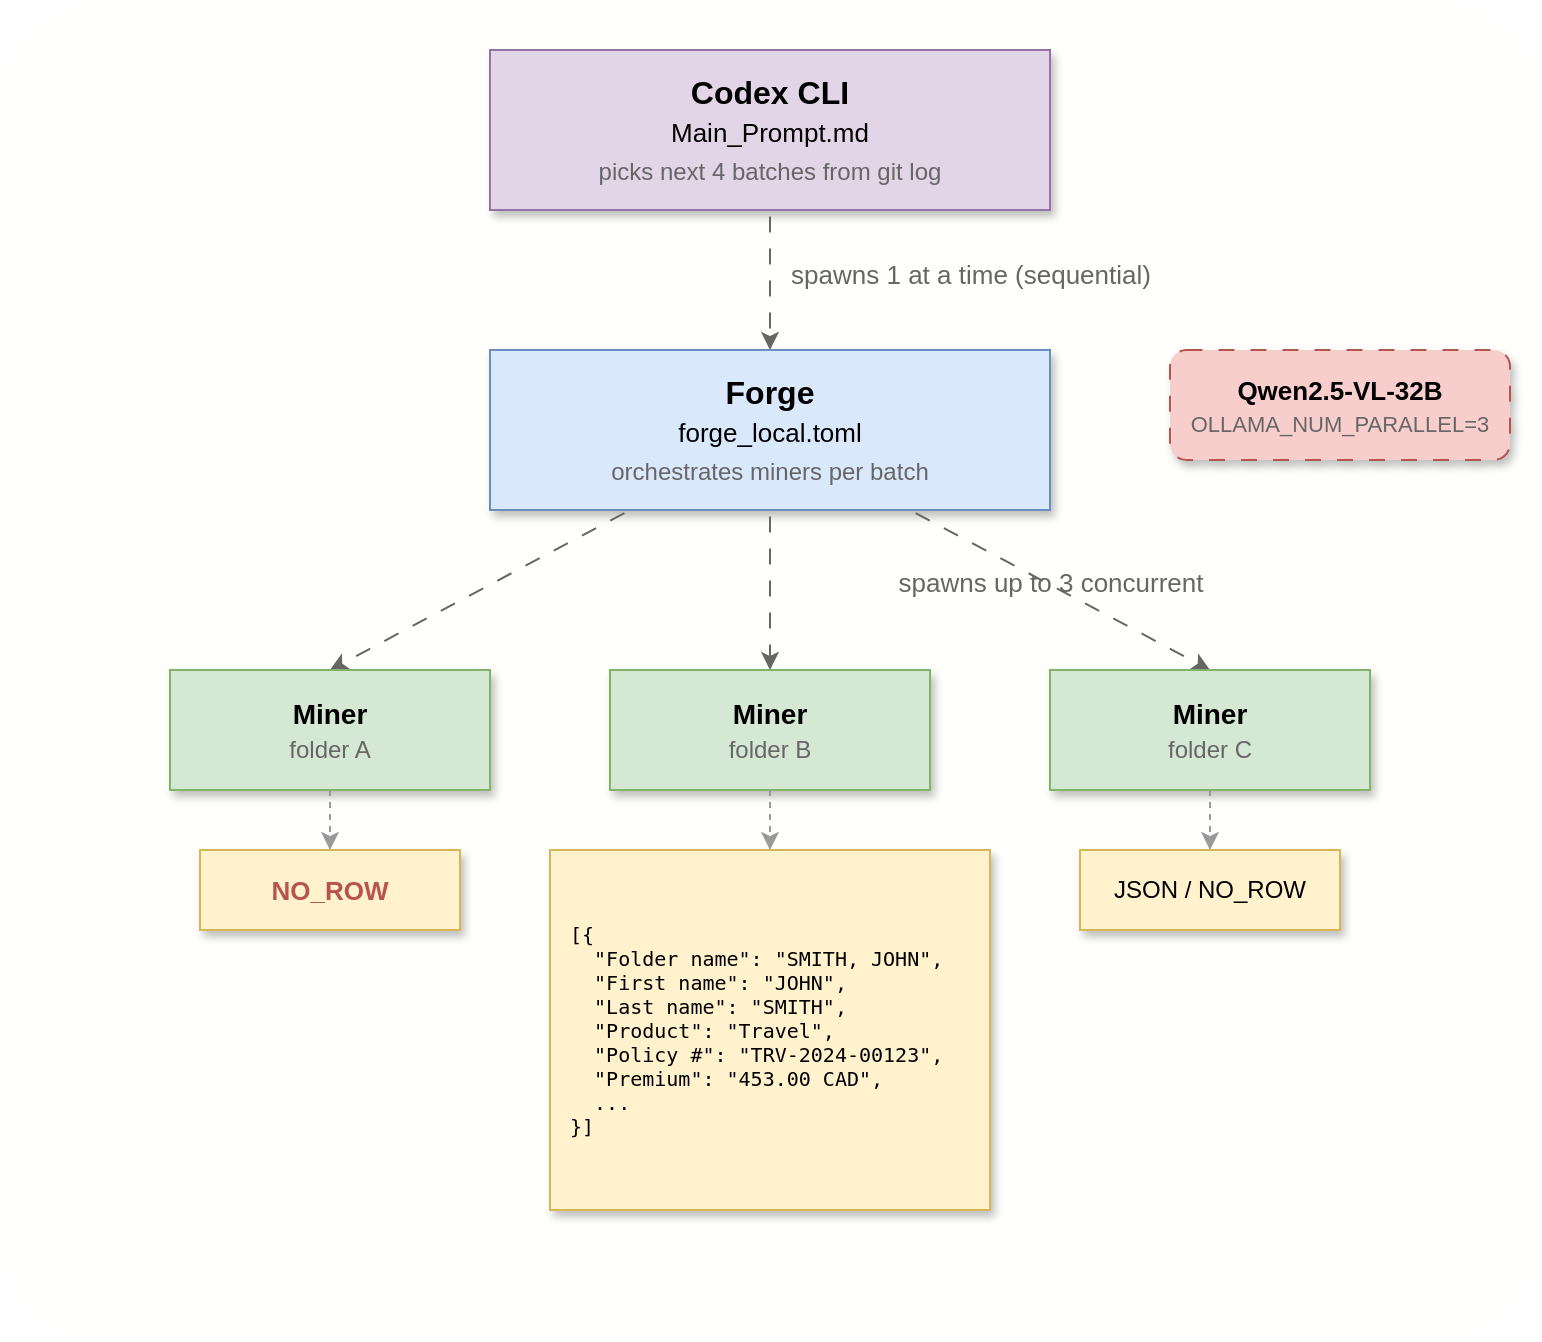
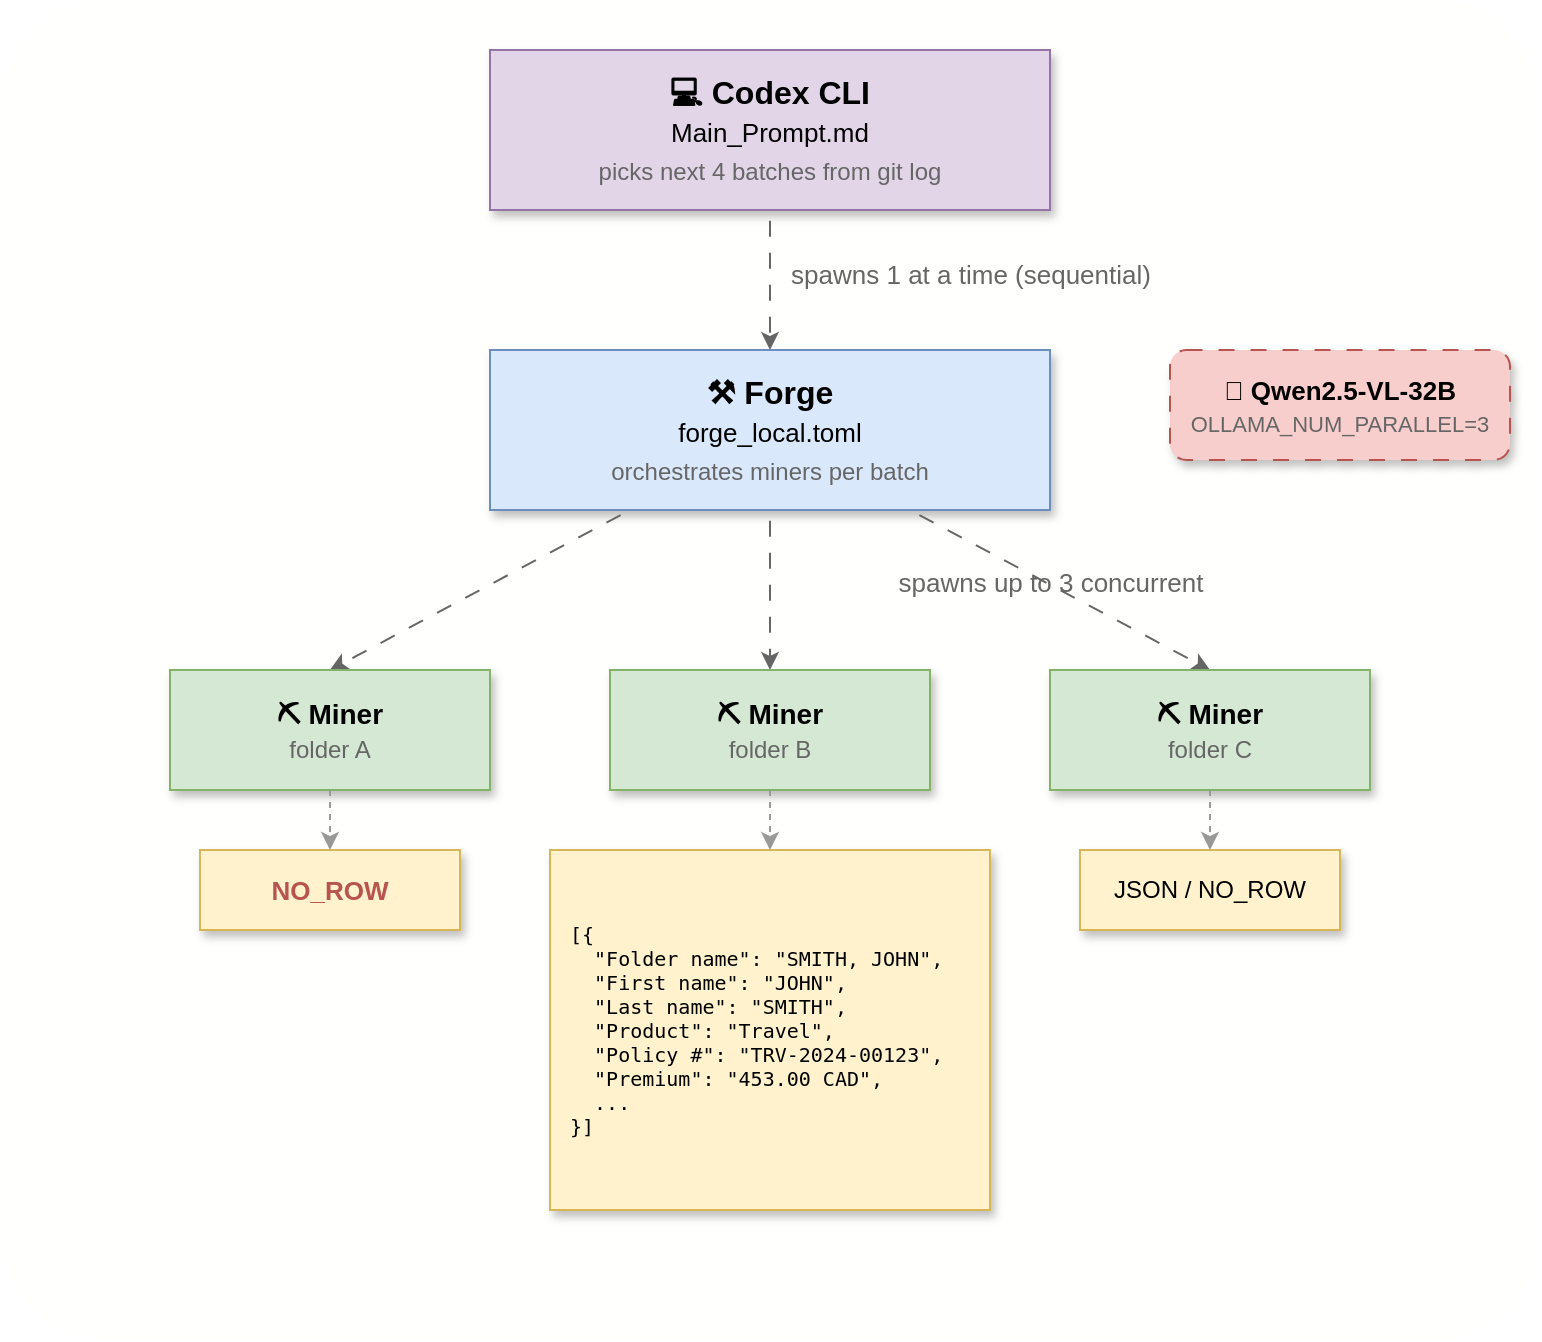
<mxfile host="65bd71144e">
    <diagram name="Agent Architecture" id="agent_arch">
        <mxGraphModel dx="620" dy="680" grid="1" gridSize="10" guides="1" tooltips="1" connect="1" arrows="1" fold="1" page="1" pageScale="1" pageWidth="800" pageHeight="700" math="0" shadow="0">
            <root>
                <mxCell id="0"/>
                <mxCell id="1" parent="0"/>
                <mxCell id="bg" value="" style="rounded=1;whiteSpace=wrap;html=1;fillColor=#FFFFFD;strokeColor=none;arcSize=8;" parent="1" vertex="1">
                    <mxGeometry x="15" y="15" width="770" height="670" as="geometry"/>
                </mxCell>
-                 <mxCell id="codex" value="&lt;b style=&quot;font-size:16px&quot;&gt;Codex CLI&lt;/b&gt;&lt;br&gt;&lt;font style=&quot;font-size:13px&quot;&gt;Main_Prompt.md&lt;/font&gt;&lt;br&gt;&lt;font style=&quot;font-size:12px;color:#666&quot;&gt;picks next 4 batches from git log&lt;/font&gt;" style="rounded=0;whiteSpace=wrap;html=1;fillColor=#e1d5e7;strokeColor=#9673a6;shadow=1;fontSize=16;" parent="1" vertex="1">
+                 <mxCell id="codex" value="&lt;b style=&quot;font-size:16px&quot;&gt;&#128187; Codex CLI&lt;/b&gt;&lt;br&gt;&lt;font style=&quot;font-size:13px&quot;&gt;Main_Prompt.md&lt;/font&gt;&lt;br&gt;&lt;font style=&quot;font-size:12px;color:#666&quot;&gt;picks next 4 batches from git log&lt;/font&gt;" style="rounded=0;whiteSpace=wrap;html=1;fillColor=#e1d5e7;strokeColor=#9673a6;shadow=1;fontSize=16;" parent="1" vertex="1">
                    <mxGeometry x="260" y="40" width="280" height="80" as="geometry"/>
                </mxCell>
                <mxCell id="e1" value="" style="endArrow=classic;html=1;strokeColor=#666666;exitX=0.5;exitY=1;exitDx=0;exitDy=0;entryX=0.5;entryY=0;entryDx=0;entryDy=0;flowAnimation=1;" parent="1" source="codex" target="forge" edge="1">
                    <mxGeometry relative="1" as="geometry"/>
                </mxCell>
                <mxCell id="e1a" value="spawns 1 at a time (sequential)" style="edgeLabel;html=1;align=center;verticalAlign=middle;fontColor=#666;fontSize=13;labelBackgroundColor=none;" parent="e1" vertex="1" connectable="0">
                    <mxGeometry x="-0.1" relative="1" as="geometry">
                        <mxPoint x="100" as="offset"/>
                    </mxGeometry>
                </mxCell>
-                 <mxCell id="forge" value="&lt;b style=&quot;font-size:16px&quot;&gt;Forge&lt;/b&gt;&lt;br&gt;&lt;font style=&quot;font-size:13px&quot;&gt;forge_local.toml&lt;/font&gt;&lt;br&gt;&lt;font style=&quot;font-size:12px;color:#666&quot;&gt;orchestrates miners per batch&lt;/font&gt;" style="rounded=0;whiteSpace=wrap;html=1;fillColor=#dae8fc;strokeColor=#6c8ebf;shadow=1;fontSize=16;" parent="1" vertex="1">
+                 <mxCell id="forge" value="&lt;b style=&quot;font-size:16px&quot;&gt;&#9874;&#65039; Forge&lt;/b&gt;&lt;br&gt;&lt;font style=&quot;font-size:13px&quot;&gt;forge_local.toml&lt;/font&gt;&lt;br&gt;&lt;font style=&quot;font-size:12px;color:#666&quot;&gt;orchestrates miners per batch&lt;/font&gt;" style="rounded=0;whiteSpace=wrap;html=1;fillColor=#dae8fc;strokeColor=#6c8ebf;shadow=1;fontSize=16;" parent="1" vertex="1">
                    <mxGeometry x="260" y="190" width="280" height="80" as="geometry"/>
                </mxCell>
                <mxCell id="e2a" value="" style="endArrow=classic;html=1;strokeColor=#666666;exitX=0.25;exitY=1;exitDx=0;exitDy=0;entryX=0.5;entryY=0;entryDx=0;entryDy=0;flowAnimation=1;" parent="1" source="forge" target="m1" edge="1">
                    <mxGeometry relative="1" as="geometry"/>
                </mxCell>
                <mxCell id="e2b" value="" style="endArrow=classic;html=1;strokeColor=#666666;exitX=0.5;exitY=1;exitDx=0;exitDy=0;entryX=0.5;entryY=0;entryDx=0;entryDy=0;flowAnimation=1;" parent="1" source="forge" target="m2" edge="1">
                    <mxGeometry relative="1" as="geometry"/>
                </mxCell>
                <mxCell id="e2c" value="" style="endArrow=classic;html=1;strokeColor=#666666;exitX=0.75;exitY=1;exitDx=0;exitDy=0;entryX=0.5;entryY=0;entryDx=0;entryDy=0;flowAnimation=1;" parent="1" source="forge" target="m3" edge="1">
                    <mxGeometry relative="1" as="geometry"/>
                </mxCell>
                <mxCell id="e2label" value="spawns up to 3 concurrent" style="edgeLabel;html=1;align=center;verticalAlign=middle;fontColor=#666;fontSize=13;labelBackgroundColor=none;" parent="e2b" vertex="1" connectable="0">
                    <mxGeometry x="-0.1" relative="1" as="geometry">
                        <mxPoint x="140" as="offset"/>
                    </mxGeometry>
                </mxCell>
-                 <mxCell id="m1" value="&lt;b style=&quot;font-size:14px&quot;&gt;Miner&lt;/b&gt;&lt;br&gt;&lt;font style=&quot;font-size:12px;color:#666&quot;&gt;folder A&lt;/font&gt;" style="rounded=0;whiteSpace=wrap;html=1;fillColor=#d5e8d4;strokeColor=#82b366;shadow=1;fontSize=14;" parent="1" vertex="1">
+                 <mxCell id="m1" value="&lt;b style=&quot;font-size:14px&quot;&gt;&#9935;&#65039; Miner&lt;/b&gt;&lt;br&gt;&lt;font style=&quot;font-size:12px;color:#666&quot;&gt;folder A&lt;/font&gt;" style="rounded=0;whiteSpace=wrap;html=1;fillColor=#d5e8d4;strokeColor=#82b366;shadow=1;fontSize=14;" parent="1" vertex="1">
                    <mxGeometry x="100" y="350" width="160" height="60" as="geometry"/>
                </mxCell>
-                 <mxCell id="m2" value="&lt;b style=&quot;font-size:14px&quot;&gt;Miner&lt;/b&gt;&lt;br&gt;&lt;font style=&quot;font-size:12px;color:#666&quot;&gt;folder B&lt;/font&gt;" style="rounded=0;whiteSpace=wrap;html=1;fillColor=#d5e8d4;strokeColor=#82b366;shadow=1;fontSize=14;" parent="1" vertex="1">
+                 <mxCell id="m2" value="&lt;b style=&quot;font-size:14px&quot;&gt;&#9935;&#65039; Miner&lt;/b&gt;&lt;br&gt;&lt;font style=&quot;font-size:12px;color:#666&quot;&gt;folder B&lt;/font&gt;" style="rounded=0;whiteSpace=wrap;html=1;fillColor=#d5e8d4;strokeColor=#82b366;shadow=1;fontSize=14;" parent="1" vertex="1">
                    <mxGeometry x="320" y="350" width="160" height="60" as="geometry"/>
                </mxCell>
-                 <mxCell id="m3" value="&lt;b style=&quot;font-size:14px&quot;&gt;Miner&lt;/b&gt;&lt;br&gt;&lt;font style=&quot;font-size:12px;color:#666&quot;&gt;folder C&lt;/font&gt;" style="rounded=0;whiteSpace=wrap;html=1;fillColor=#d5e8d4;strokeColor=#82b366;shadow=1;fontSize=14;" parent="1" vertex="1">
+                 <mxCell id="m3" value="&lt;b style=&quot;font-size:14px&quot;&gt;&#9935;&#65039; Miner&lt;/b&gt;&lt;br&gt;&lt;font style=&quot;font-size:12px;color:#666&quot;&gt;folder C&lt;/font&gt;" style="rounded=0;whiteSpace=wrap;html=1;fillColor=#d5e8d4;strokeColor=#82b366;shadow=1;fontSize=14;" parent="1" vertex="1">
                    <mxGeometry x="540" y="350" width="160" height="60" as="geometry"/>
                </mxCell>
                <mxCell id="out1" value="&lt;font style=&quot;font-size:13px;color:#b85450&quot;&gt;&lt;b&gt;NO_ROW&lt;/b&gt;&lt;/font&gt;" style="rounded=0;whiteSpace=wrap;html=1;fillColor=#fff2cc;strokeColor=#d6b656;shadow=1;fontSize=12;" parent="1" vertex="1">
                    <mxGeometry x="115" y="440" width="130" height="40" as="geometry"/>
                </mxCell>
                <mxCell id="out2" value="&lt;font style=&quot;font-size:10px;font-family:monospace&quot;&gt;[{&lt;br&gt;&amp;nbsp;&amp;nbsp;&quot;Folder name&quot;: &quot;SMITH, JOHN&quot;,&lt;br&gt;&amp;nbsp;&amp;nbsp;&quot;First name&quot;: &quot;JOHN&quot;,&lt;br&gt;&amp;nbsp;&amp;nbsp;&quot;Last name&quot;: &quot;SMITH&quot;,&lt;br&gt;&amp;nbsp;&amp;nbsp;&quot;Product&quot;: &quot;Travel&quot;,&lt;br&gt;&amp;nbsp;&amp;nbsp;&quot;Policy #&quot;: &quot;TRV-2024-00123&quot;,&lt;br&gt;&amp;nbsp;&amp;nbsp;&quot;Premium&quot;: &quot;453.00 CAD&quot;,&lt;br&gt;&amp;nbsp;&amp;nbsp;...&lt;br&gt;}]&lt;/font&gt;" style="rounded=0;whiteSpace=wrap;html=1;fillColor=#fff2cc;strokeColor=#d6b656;shadow=1;fontSize=10;align=left;spacingLeft=8;spacingTop=4;spacingBottom=4;" parent="1" vertex="1">
                    <mxGeometry x="290" y="440" width="220" height="180" as="geometry"/>
                </mxCell>
                <mxCell id="out3" value="&lt;font style=&quot;font-size:12px&quot;&gt;JSON / NO_ROW&lt;/font&gt;" style="rounded=0;whiteSpace=wrap;html=1;fillColor=#fff2cc;strokeColor=#d6b656;shadow=1;fontSize=12;" parent="1" vertex="1">
                    <mxGeometry x="555" y="440" width="130" height="40" as="geometry"/>
                </mxCell>
                <mxCell id="eo1" value="" style="endArrow=classic;html=1;strokeColor=#999;exitX=0.5;exitY=1;exitDx=0;exitDy=0;entryX=0.5;entryY=0;entryDx=0;entryDy=0;dashed=1;" parent="1" source="m1" target="out1" edge="1">
                    <mxGeometry relative="1" as="geometry"/>
                </mxCell>
                <mxCell id="eo2" value="" style="endArrow=classic;html=1;strokeColor=#999;exitX=0.5;exitY=1;exitDx=0;exitDy=0;entryX=0.5;entryY=0;entryDx=0;entryDy=0;dashed=1;" parent="1" source="m2" target="out2" edge="1">
                    <mxGeometry relative="1" as="geometry"/>
                </mxCell>
                <mxCell id="eo3" value="" style="endArrow=classic;html=1;strokeColor=#999;exitX=0.5;exitY=1;exitDx=0;exitDy=0;entryX=0.5;entryY=0;entryDx=0;entryDy=0;dashed=1;" parent="1" source="m3" target="out3" edge="1">
                    <mxGeometry relative="1" as="geometry"/>
                </mxCell>
-                 <mxCell id="model" value="&lt;b style=&quot;font-size:13px&quot;&gt;Qwen2.5-VL-32B&lt;/b&gt;&lt;br&gt;&lt;font style=&quot;font-size:11px;color:#666&quot;&gt;OLLAMA_NUM_PARALLEL=3&lt;/font&gt;" style="rounded=1;whiteSpace=wrap;html=1;fillColor=#f8cecc;strokeColor=#b85450;shadow=1;fontSize=13;dashed=1;dashPattern=8 8;" parent="1" vertex="1">
+                 <mxCell id="model" value="&lt;b style=&quot;font-size:13px&quot;&gt;&#129504; Qwen2.5-VL-32B&lt;/b&gt;&lt;br&gt;&lt;font style=&quot;font-size:11px;color:#666&quot;&gt;OLLAMA_NUM_PARALLEL=3&lt;/font&gt;" style="rounded=1;whiteSpace=wrap;html=1;fillColor=#f8cecc;strokeColor=#b85450;shadow=1;fontSize=13;dashed=1;dashPattern=8 8;" parent="1" vertex="1">
                    <mxGeometry x="600" y="190" width="170" height="55" as="geometry"/>
                </mxCell>
            </root>
        </mxGraphModel>
    </diagram>
</mxfile>
